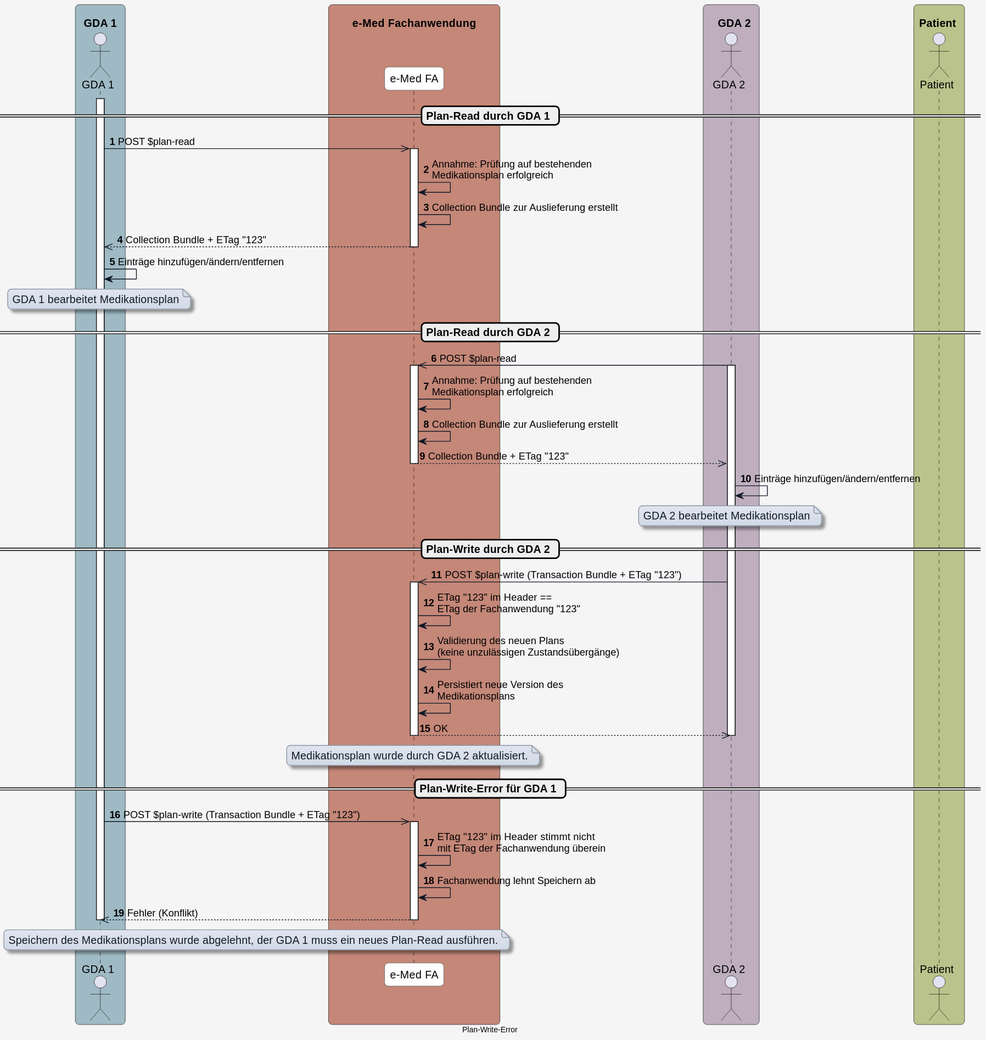
Earlier version of the PlantUML export r4-ELGA-e-Medikation-main/plantuml/interaction_planwrite_error.svg (HL7Austria/hl7austria.github.io).
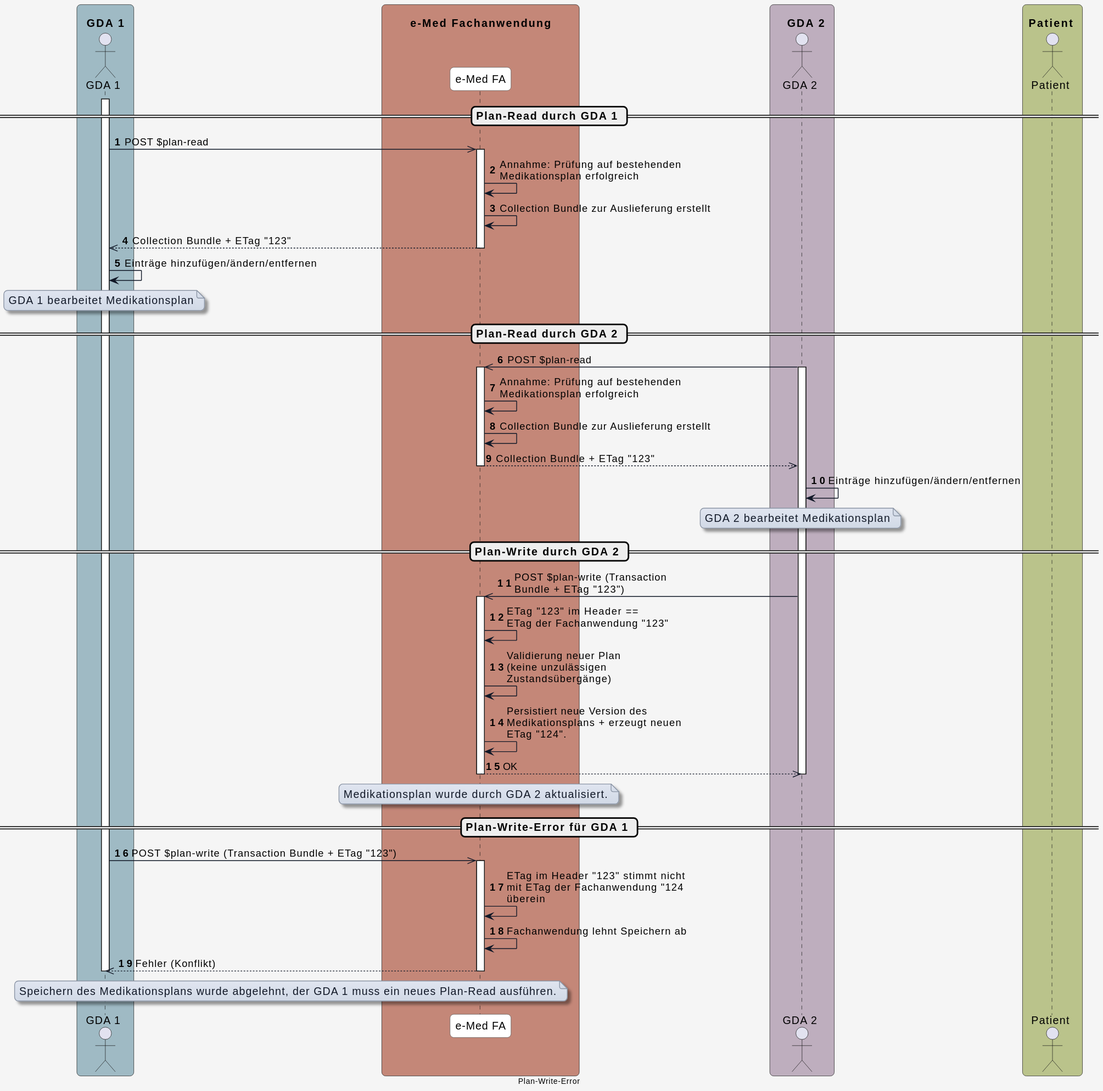
The same diagram one commit later.

Diff of the diagram source:
```diff
@@ -95,12 +95,12 @@
 
 == Plan-Write durch GDA 2 ==
 
-GDA_2 ->> eMed_FA: POST $plan-write (Transaction Bundle + ETag "123")
+GDA_2 ->> eMed_FA: POST $plan-write (Transaction\nBundle + ETag "123")
 
 activate eMed_FA
 eMed_FA -> eMed_FA: ETag "123" im Header ==\nETag der Fachanwendung "123"
-eMed_FA -> eMed_FA: Validierung des neuen Plans\n(keine unzulässigen Zustandsübergänge)
-eMed_FA -> eMed_FA: Persistiert neue Version des\nMedikationsplans
+eMed_FA -> eMed_FA: Validierung neuer Plan\n(keine unzulässigen\nZustandsübergänge)
+eMed_FA -> eMed_FA: Persistiert neue Version des\nMedikationsplans + erzeugt neuen\nETag "124".
 eMed_FA -->> GDA_2: OK
 deactivate GDA_2
 
@@ -115,7 +115,7 @@
 GDA_1 ->> eMed_FA: POST $plan-write (Transaction Bundle + ETag "123")
 
 activate eMed_FA
-eMed_FA -> eMed_FA: ETag "123" im Header stimmt nicht\nmit ETag der Fachanwendung überein
+eMed_FA -> eMed_FA: ETag im Header "123" stimmt nicht\nmit ETag der Fachanwendung "124\nüberein
 eMed_FA -> eMed_FA: Fachanwendung lehnt Speichern ab
 eMed_FA -->> GDA_1: Fehler (Konflikt)
 deactivate GDA_1
```
